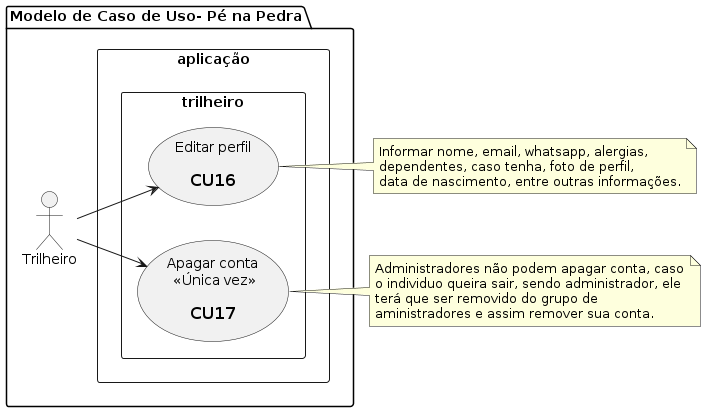
The PlantUML diagram docs/diagrams/out/usecases_diagrams/pe_na_pedra_usecase_8.png in tiagors09/pe_na_pedra, before a commit. The source it was exported from:
```plantuml
@startuml pe_na_pedra_usecase_8
  left to right direction

  package "Modelo de Caso de Uso- Pé na Pedra" {
    :Trilheiro: as tr

    rectangle aplicação {
      rectangle trilheiro {
        usecase uc16 as "Editar perfil\n
          == CU16"
        usecase uc17 as "Apagar conta\n <<Única vez>>\n
          == CU17"
      }
    }
  }

  note right of uc16
    Informar nome, email, whatsapp, alergias,
    dependentes, caso tenha, foto de perfil,
    data de nascimento, entre outras informações.
  end note

  note right of uc17
    Administradores não podem apagar conta, caso
    o individuo queira sair, sendo administrador, ele
    terá que ser removido do grupo de
    aministradores e assim remover sua conta.
  end note

  tr --> uc16
  tr --> uc17
@enduml
```
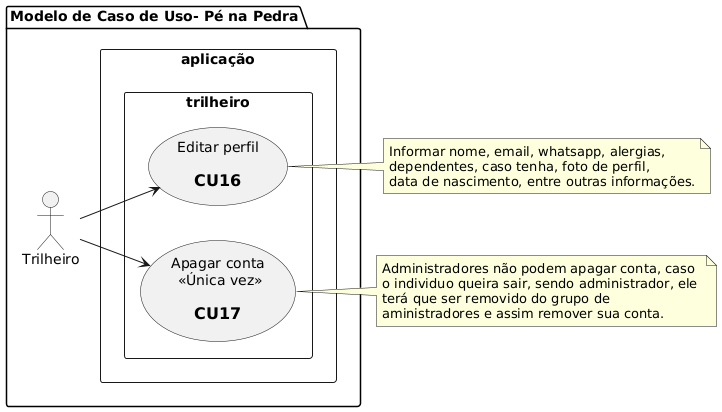
The same file after the commit.

What changed in the source:
```diff
@@ -1,5 +1,5 @@
-@startuml pe_na_pedra_usecase_8
-  left to right direction
+@startuml
+left to right direction
 
   package "Modelo de Caso de Uso- Pé na Pedra" {
     :Trilheiro: as tr
```
